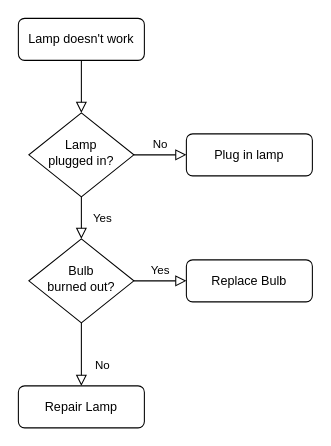
Earlier version of the draw.io diagram Rusookh_app.drawio (Mohammed-ElSherif/Rusookh_app). Source tidied: cells renumbered, new cells numbered last; positions are measured from the earlier drawing's top-left corner, leaving out a move shared by most shapes. Both pictures are drawn from the tidied source at 105%, with x=0, y=0 at pixel (18, 18).
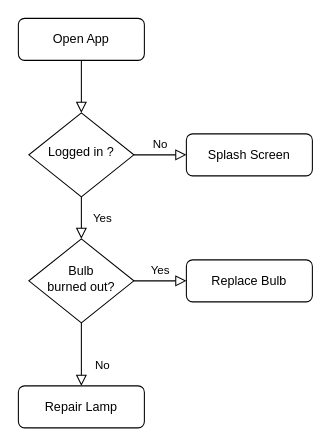
After the change.

Change to the diagram source:
```diff
@@
 <mxGraphModel>
   <root>
     <mxCell id="0" />
     <mxCell id="1" parent="0" />
     <mxCell id="2" style="rounded=0;html=1;jettySize=auto;fontSize=11;endArrow=block;endFill=0;endSize=8;strokeWidth=1;shadow=0;labelBackgroundColor=none;edgeStyle=orthogonalEdgeStyle;" parent="1" edge="1" source="3" target="6">
       <mxGeometry relative="1" as="geometry" />
     </mxCell>
-    <mxCell id="3" value="Lamp doesn't work" style="rounded=1;whiteSpace=wrap;html=1;fontSize=12;glass=0;strokeWidth=1;shadow=0;" parent="1" vertex="1">
+    <mxCell id="3" value="Open App" style="rounded=1;whiteSpace=wrap;html=1;fontSize=12;glass=0;strokeWidth=1;shadow=0;" parent="1" vertex="1">
       <mxGeometry width="120" height="40" as="geometry" />
     </mxCell>
     <mxCell id="4" value="Yes" style="rounded=0;html=1;jettySize=auto;fontSize=11;endArrow=block;endFill=0;endSize=8;strokeWidth=1;shadow=0;labelBackgroundColor=none;edgeStyle=orthogonalEdgeStyle;" parent="1" edge="1" source="6" target="10">
       <mxGeometry y="20" relative="1" as="geometry" />
     </mxCell>
     <mxCell id="5" value="No" style="edgeStyle=orthogonalEdgeStyle;rounded=0;html=1;jettySize=auto;fontSize=11;endArrow=block;endFill=0;endSize=8;strokeWidth=1;shadow=0;labelBackgroundColor=none;" parent="1" edge="1" source="6" target="7">
       <mxGeometry y="10" relative="1" as="geometry" />
     </mxCell>
-    <mxCell id="6" value="Lamp&lt;br&gt;plugged in?" style="rhombus;whiteSpace=wrap;html=1;shadow=0;fontFamily=Helvetica;fontSize=12;align=center;strokeWidth=1;spacing=6;spacingTop=-4;" parent="1" vertex="1">
+    <mxCell id="6" value="Logged in ?" style="rhombus;whiteSpace=wrap;html=1;shadow=0;fontFamily=Helvetica;fontSize=12;align=center;strokeWidth=1;spacing=6;spacingTop=-4;" parent="1" vertex="1">
       <mxGeometry x="10" y="90" width="100" height="80" as="geometry" />
     </mxCell>
-    <mxCell id="7" value="Plug in lamp" style="rounded=1;whiteSpace=wrap;html=1;fontSize=12;glass=0;strokeWidth=1;shadow=0;" parent="1" vertex="1">
+    <mxCell id="7" value="Splash Screen" style="rounded=1;whiteSpace=wrap;html=1;fontSize=12;glass=0;strokeWidth=1;shadow=0;" parent="1" vertex="1">
       <mxGeometry x="160" y="110" width="120" height="40" as="geometry" />
     </mxCell>
     <mxCell id="8" value="No" style="rounded=0;html=1;jettySize=auto;fontSize=11;endArrow=block;endFill=0;endSize=8;strokeWidth=1;shadow=0;labelBackgroundColor=none;edgeStyle=orthogonalEdgeStyle;" parent="1" edge="1" source="10" target="11">
       <mxGeometry x="0.33" y="20" relative="1" as="geometry" />
     </mxCell>
     <mxCell id="9" value="Yes" style="edgeStyle=orthogonalEdgeStyle;rounded=0;html=1;jettySize=auto;fontSize=11;endArrow=block;endFill=0;endSize=8;strokeWidth=1;shadow=0;labelBackgroundColor=none;" parent="1" edge="1" source="10" target="12">
       <mxGeometry y="10" relative="1" as="geometry" />
     </mxCell>
     <mxCell id="10" value="Bulb&lt;br&gt;burned out?" style="rhombus;whiteSpace=wrap;html=1;shadow=0;fontFamily=Helvetica;fontSize=12;align=center;strokeWidth=1;spacing=6;spacingTop=-4;" parent="1" vertex="1">
       <mxGeometry x="10" y="210" width="100" height="80" as="geometry" />
     </mxCell>
     <mxCell id="11" value="Repair Lamp" style="rounded=1;whiteSpace=wrap;html=1;fontSize=12;glass=0;strokeWidth=1;shadow=0;" parent="1" vertex="1">
       <mxGeometry y="350" width="120" height="40" as="geometry" />
     </mxCell>
     <mxCell id="12" value="Replace Bulb" style="rounded=1;whiteSpace=wrap;html=1;fontSize=12;glass=0;strokeWidth=1;shadow=0;" parent="1" vertex="1">
       <mxGeometry x="160" y="230" width="120" height="40" as="geometry" />
     </mxCell>
   </root>
 </mxGraphModel>
```
